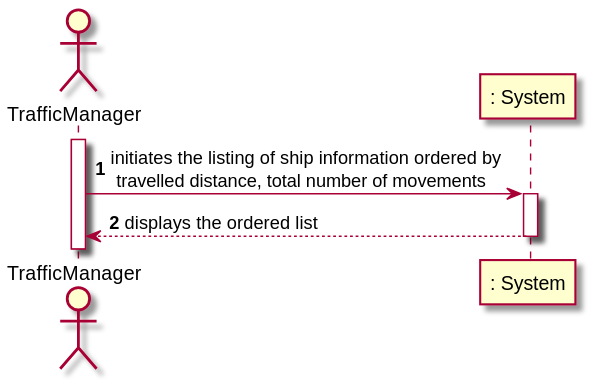
The PlantUML diagram docs/US105/US105_SSD.svg in 0franciscor/lapr3-2021-g042, before a commit.
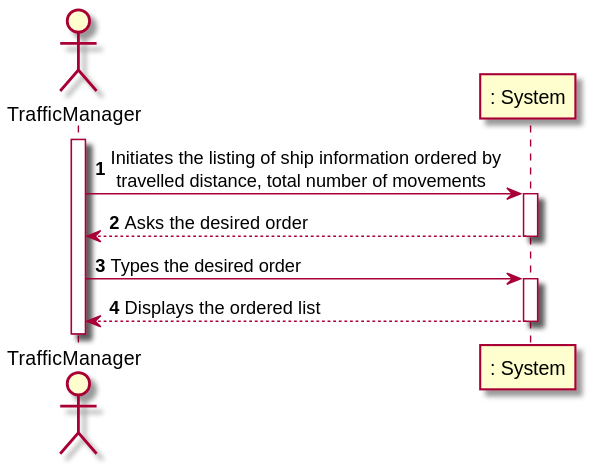
After the change.

Diff of the diagram source:
```diff
@@ -4,9 +4,14 @@
 
 autonumber
 activate TM
-TM -> SY: initiates the listing of ship information ordered by \n travelled distance, total number of movements
+TM -> SY: Initiates the listing of ship information ordered by \n travelled distance, total number of movements
 activate SY
-SY --> TM : displays the ordered list
+SY --> TM : Asks the desired order
+deactivate SY
+
+TM -> SY: Types the desired order
+activate SY
+SY --> TM : Displays the ordered list
 deactivate SY
 
 @enduml
```
